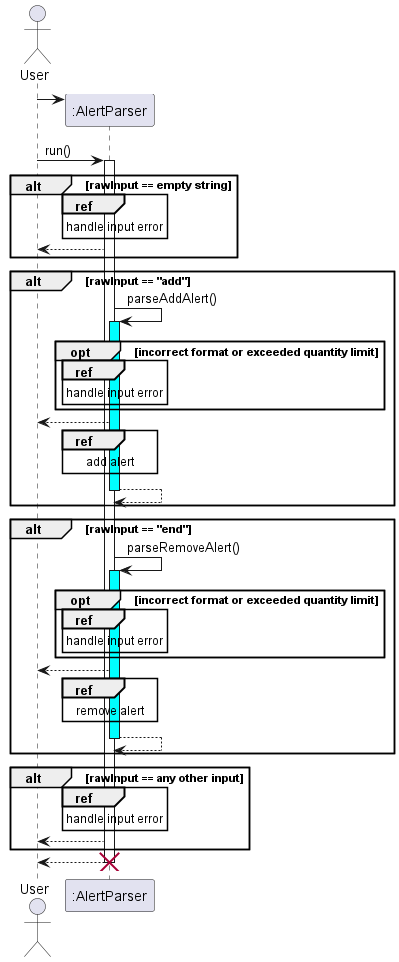
The PlantUML diagram docs/UML/Alert/AlertParser.png in nus-cs2113-AY2223S2/tp, before a commit.
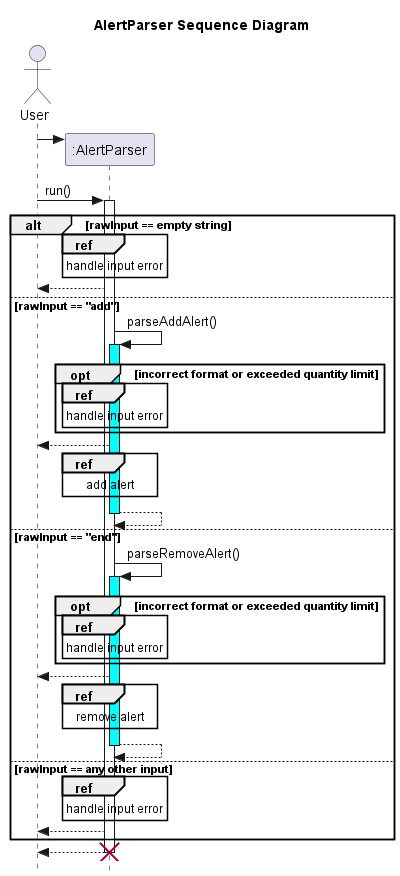
Above is the later version.

Change to the diagram source:
```diff
@@ -1,5 +1,7 @@
 @startuml
+title AlertParser Sequence Diagram
 
+skinparam style strictuml
 actor User
 participant ":AlertParser"
 User -> ":AlertParser" **
@@ -13,52 +15,45 @@
     end
     ":AlertParser" --> User
 
-end
 
-
-
-alt rawInput == "add"
+else rawInput == "add"
 
     ":AlertParser" -> ":AlertParser": parseAddAlert()
     activate ":AlertParser" #cyan
-            opt incorrect format or exceeded quantity limit
-                ref over ":AlertParser"
-                    handle input error
-                end ref
-            end
+        opt incorrect format or exceeded quantity limit
+            ref over ":AlertParser"
+                handle input error
+            end ref
+        end
 
-            ":AlertParser" --> User
-            ref over ":AlertParser"
-                add alert
-            end ref
-            return
+    ":AlertParser" --> User
+        ref over ":AlertParser"
+            add alert
+        end ref
+    return
 
- end
-
-
-alt rawInput == "end"
+else rawInput == "end"
 
     ":AlertParser" -> ":AlertParser": parseRemoveAlert()
      activate ":AlertParser" #cyan
-                opt incorrect format or exceeded quantity limit
-                    ref over ":AlertParser"
-                        handle input error
-                    end ref
-                end
+        opt incorrect format or exceeded quantity limit
+            ref over ":AlertParser"
+                handle input error
+            end ref
+        end
 
-                ":AlertParser" --> User
-                ref over ":AlertParser"
-                    remove alert
-                end ref
-                return
-end
+    ":AlertParser" --> User
+        ref over ":AlertParser"
+            remove alert
+        end ref
+    return
 
-alt rawInput == any other input
+
+else rawInput == any other input
    ref over ":AlertParser"
     handle input error
     end ref
     ":AlertParser" --> User
-
 end
 return
 destroy ":AlertParser"
```
